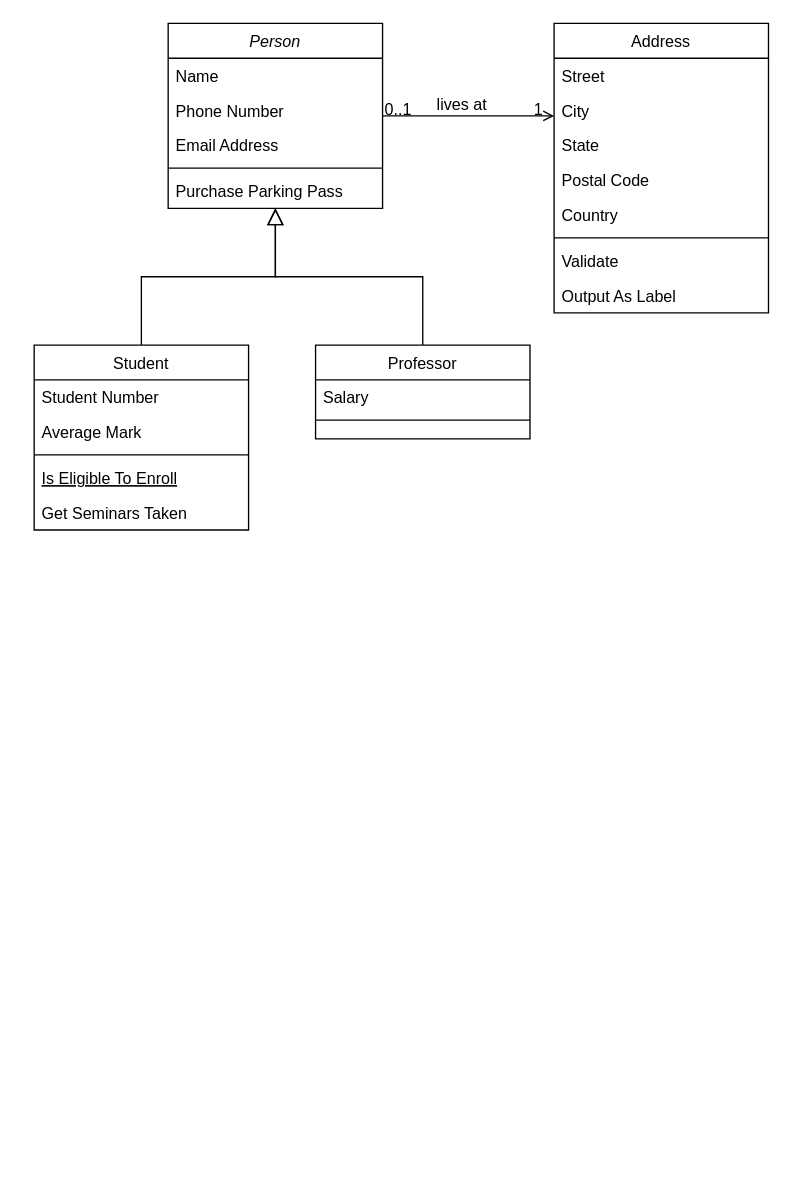
Before: DieTI.drawio in GabrielTeloMariano/ES3, a draw.io diagram. Source tidied: cells renumbered, new cells numbered last; positions are measured from the earlier drawing's top-left corner, leaving out a move shared by most shapes. Both pictures are drawn from the tidied source at 134%, with x=0, y=0 at pixel (34, 23).
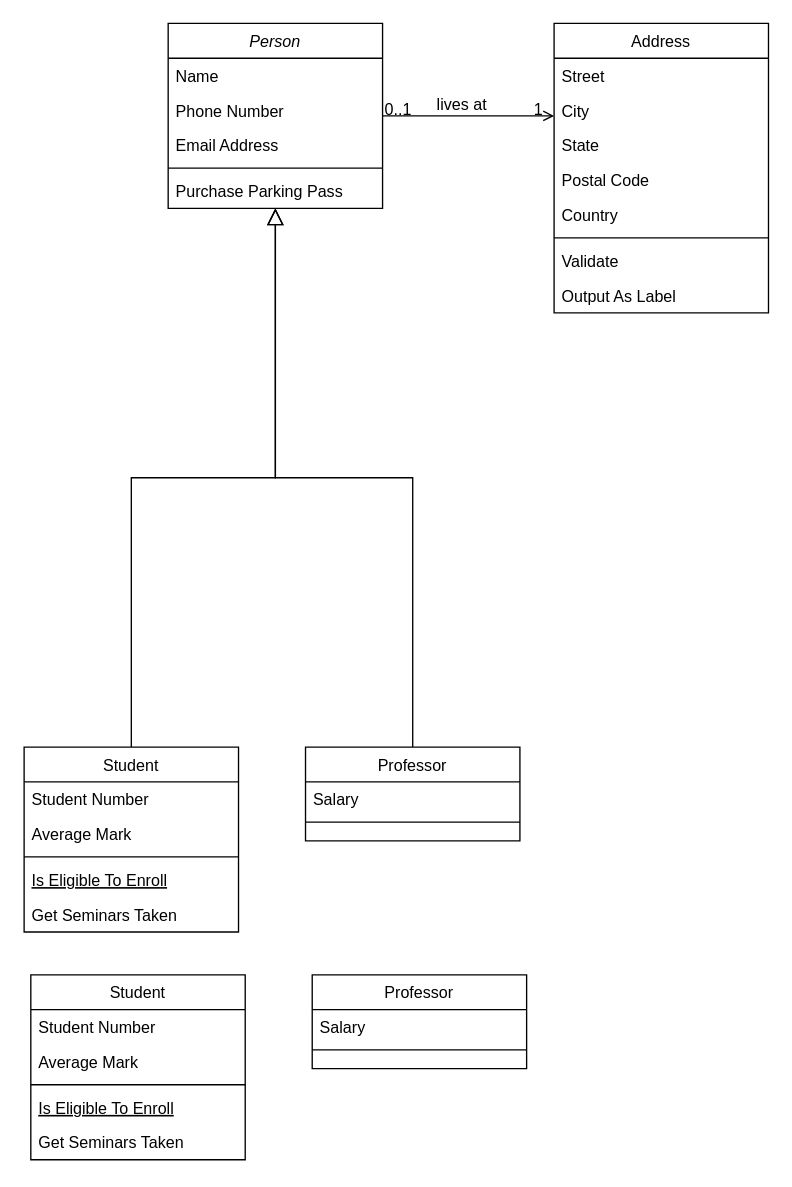
After the change.

What changed in the source:
```diff
@@
     <mxCell id="8" value="Student" style="swimlane;fontStyle=0;align=center;verticalAlign=top;horizontal=1;startSize=26;rounded=0;shadow=0;strokeWidth=1;" parent="1" vertex="1">
-      <mxGeometry y="240" width="160" height="138" as="geometry" />
+      <mxGeometry x="-7.5" y="540" width="160" height="138" as="geometry" />
     </mxCell>
@@
     <mxCell id="15" value="Professor" style="swimlane;fontStyle=0;align=center;verticalAlign=top;horizontal=1;startSize=26;rounded=0;shadow=0;strokeWidth=1;" parent="1" vertex="1">
-      <mxGeometry x="210" y="240" width="160" height="70" as="geometry" />
+      <mxGeometry x="202.5" y="540" width="160" height="70" as="geometry" />
     </mxCell>
@@
+    <mxCell id="32" value="Student" style="swimlane;fontStyle=0;align=center;verticalAlign=top;horizontal=1;startSize=26;rounded=0;shadow=0;strokeWidth=1;" parent="1" vertex="1">
+      <mxGeometry x="-2.5" y="710" width="160" height="138" as="geometry" />
+    </mxCell>
+    <mxCell id="33" value="Student Number" style="text;align=left;verticalAlign=top;spacingLeft=4;spacingRight=4;overflow=hidden;" parent="32" vertex="1">
+      <mxGeometry y="26" width="160" height="26" as="geometry" />
+    </mxCell>
+    <mxCell id="34" value="Average Mark" style="text;align=left;verticalAlign=top;spacingLeft=4;spacingRight=4;overflow=hidden;rounded=0;shadow=0;html=0;" parent="32" vertex="1">
+      <mxGeometry y="52" width="160" height="26" as="geometry" />
+    </mxCell>
+    <mxCell id="35" style="line;html=1;strokeWidth=1;align=left;verticalAlign=middle;spacingTop=-1;spacingLeft=3;spacingRight=3;labelPosition=right;" parent="32" vertex="1">
+      <mxGeometry y="78" width="160" height="8" as="geometry" />
+    </mxCell>
+    <mxCell id="36" value="Is Eligible To Enroll" style="text;align=left;verticalAlign=top;spacingLeft=4;spacingRight=4;overflow=hidden;fontStyle=4;" parent="32" vertex="1">
+      <mxGeometry y="86" width="160" height="26" as="geometry" />
+    </mxCell>
+    <mxCell id="37" value="Get Seminars Taken" style="text;align=left;verticalAlign=top;spacingLeft=4;spacingRight=4;overflow=hidden;" parent="32" vertex="1">
+      <mxGeometry y="112" width="160" height="26" as="geometry" />
+    </mxCell>
+    <mxCell id="38" value="Professor" style="swimlane;fontStyle=0;align=center;verticalAlign=top;horizontal=1;startSize=26;rounded=0;shadow=0;strokeWidth=1;" parent="1" vertex="1">
+      <mxGeometry x="207.5" y="710" width="160" height="70" as="geometry" />
+    </mxCell>
+    <mxCell id="39" value="Salary" style="text;align=left;verticalAlign=top;spacingLeft=4;spacingRight=4;overflow=hidden;" parent="38" vertex="1">
+      <mxGeometry y="26" width="160" height="26" as="geometry" />
+    </mxCell>
+    <mxCell id="40" style="line;html=1;strokeWidth=1;align=left;verticalAlign=middle;spacingTop=-1;spacingLeft=3;spacingRight=3;labelPosition=right;" parent="38" vertex="1">
+      <mxGeometry y="52" width="160" height="8" as="geometry" />
+    </mxCell>
```
